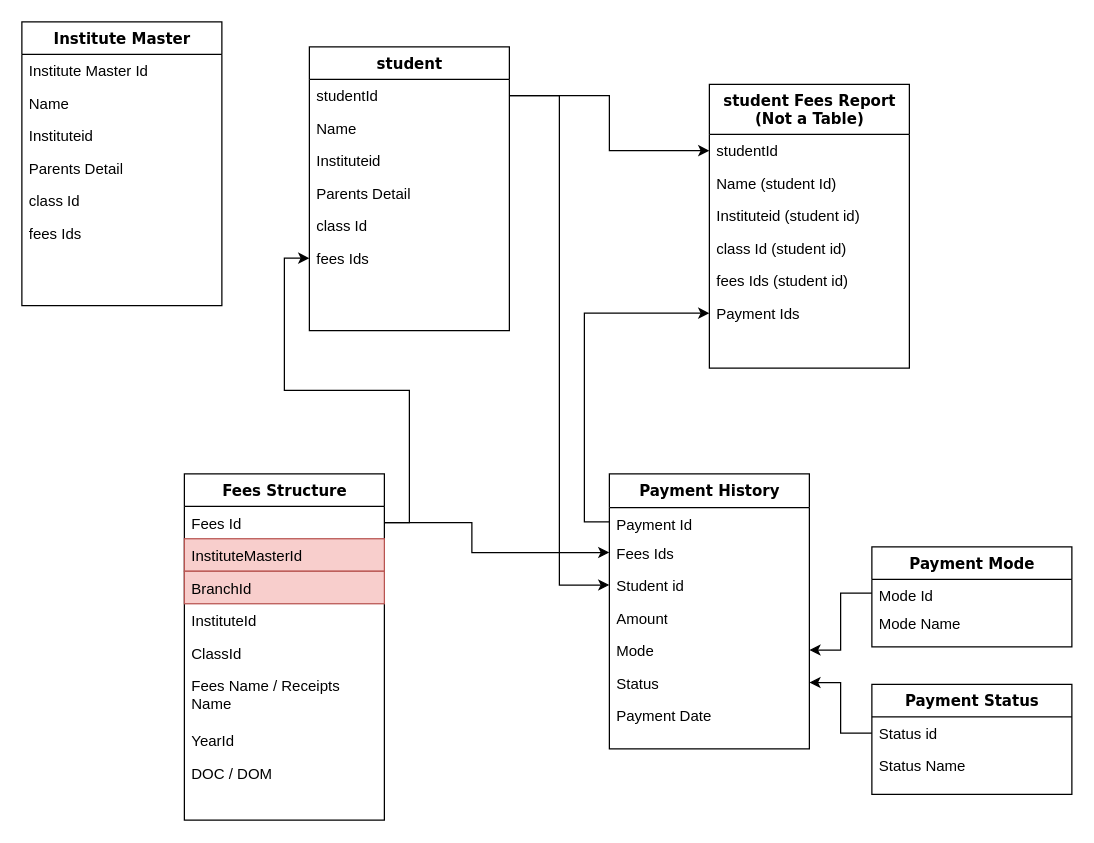
This is smartInstituteAdmin/Untitled Diagram.drawio from DeepGandhi4444/tables-diagram, a draw.io file, before an edit. Source tidied: cells renumbered, new cells numbered last; positions are measured from the earlier drawing's top-left corner, leaving out a move shared by most shapes. Both pictures are drawn from the tidied source at 125%, with x=0, y=0 at pixel (21, 21).
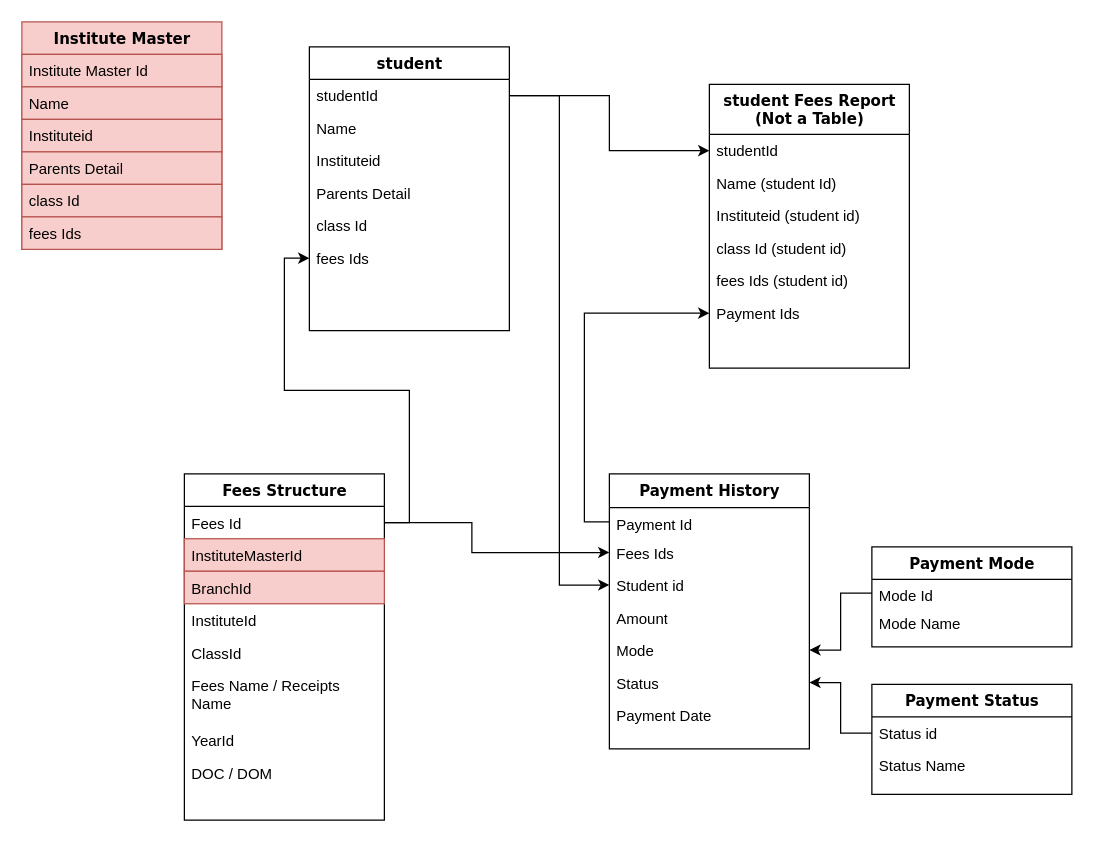
The same page after the edit.

Change to the diagram source:
```diff
@@
-    <mxCell id="45" value="Institute Master" style="swimlane;html=1;fontStyle=1;align=center;verticalAlign=top;horizontal=1;startSize=26;swimlaneFillColor=#ffffff;rounded=0;shadow=0;comic=0;labelBackgroundColor=none;strokeWidth=1;fillColor=none;fontFamily=Verdana;fontSize=12;" parent="1" vertex="1">
-      <mxGeometry width="160" height="227" as="geometry" />
+    <mxCell id="45" value="Institute Master" style="swimlane;html=1;fontStyle=1;align=center;verticalAlign=top;horizontal=1;startSize=26;swimlaneFillColor=#ffffff;rounded=0;shadow=0;comic=0;labelBackgroundColor=none;strokeWidth=1;fillColor=#f8cecc;fontFamily=Verdana;fontSize=12;strokeColor=#b85450;" parent="1" vertex="1">
+      <mxGeometry width="160" height="182" as="geometry" />
     </mxCell>
-    <mxCell id="46" value="Institute Master Id" style="text;html=1;strokeColor=none;fillColor=none;align=left;verticalAlign=top;spacingLeft=4;spacingRight=4;whiteSpace=wrap;overflow=hidden;" parent="45" vertex="1">
+    <mxCell id="46" value="Institute Master Id" style="text;html=1;strokeColor=#b85450;fillColor=#f8cecc;align=left;verticalAlign=top;spacingLeft=4;spacingRight=4;whiteSpace=wrap;overflow=hidden;" parent="45" vertex="1">
       <mxGeometry y="26" width="160" height="26" as="geometry" />
     </mxCell>
-    <mxCell id="47" value="Name" style="text;html=1;strokeColor=none;fillColor=none;align=left;verticalAlign=top;spacingLeft=4;spacingRight=4;whiteSpace=wrap;overflow=hidden;" parent="45" vertex="1">
+    <mxCell id="47" value="Name" style="text;html=1;strokeColor=#b85450;fillColor=#f8cecc;align=left;verticalAlign=top;spacingLeft=4;spacingRight=4;whiteSpace=wrap;overflow=hidden;" parent="45" vertex="1">
       <mxGeometry y="52" width="160" height="26" as="geometry" />
     </mxCell>
-    <mxCell id="48" value="Instituteid" style="text;html=1;strokeColor=none;fillColor=none;align=left;verticalAlign=top;spacingLeft=4;spacingRight=4;whiteSpace=wrap;overflow=hidden;" parent="45" vertex="1">
+    <mxCell id="48" value="Instituteid" style="text;html=1;strokeColor=#b85450;fillColor=#f8cecc;align=left;verticalAlign=top;spacingLeft=4;spacingRight=4;whiteSpace=wrap;overflow=hidden;" parent="45" vertex="1">
       <mxGeometry y="78" width="160" height="26" as="geometry" />
     </mxCell>
-    <mxCell id="49" value="Parents Detail" style="text;html=1;strokeColor=none;fillColor=none;align=left;verticalAlign=top;spacingLeft=4;spacingRight=4;whiteSpace=wrap;overflow=hidden;" parent="45" vertex="1">
+    <mxCell id="49" value="Parents Detail" style="text;html=1;strokeColor=#b85450;fillColor=#f8cecc;align=left;verticalAlign=top;spacingLeft=4;spacingRight=4;whiteSpace=wrap;overflow=hidden;" parent="45" vertex="1">
       <mxGeometry y="104" width="160" height="26" as="geometry" />
     </mxCell>
-    <mxCell id="50" value="class Id" style="text;html=1;strokeColor=none;fillColor=none;align=left;verticalAlign=top;spacingLeft=4;spacingRight=4;whiteSpace=wrap;overflow=hidden;" parent="45" vertex="1">
+    <mxCell id="50" value="class Id" style="text;html=1;strokeColor=#b85450;fillColor=#f8cecc;align=left;verticalAlign=top;spacingLeft=4;spacingRight=4;whiteSpace=wrap;overflow=hidden;" parent="45" vertex="1">
       <mxGeometry y="130" width="160" height="26" as="geometry" />
     </mxCell>
-    <mxCell id="51" value="fees Ids" style="text;html=1;strokeColor=none;fillColor=none;align=left;verticalAlign=top;spacingLeft=4;spacingRight=4;whiteSpace=wrap;overflow=hidden;" parent="45" vertex="1">
+    <mxCell id="51" value="fees Ids" style="text;html=1;strokeColor=#b85450;fillColor=#f8cecc;align=left;verticalAlign=top;spacingLeft=4;spacingRight=4;whiteSpace=wrap;overflow=hidden;" parent="45" vertex="1">
       <mxGeometry y="156" width="160" height="26" as="geometry" />
     </mxCell>
```
